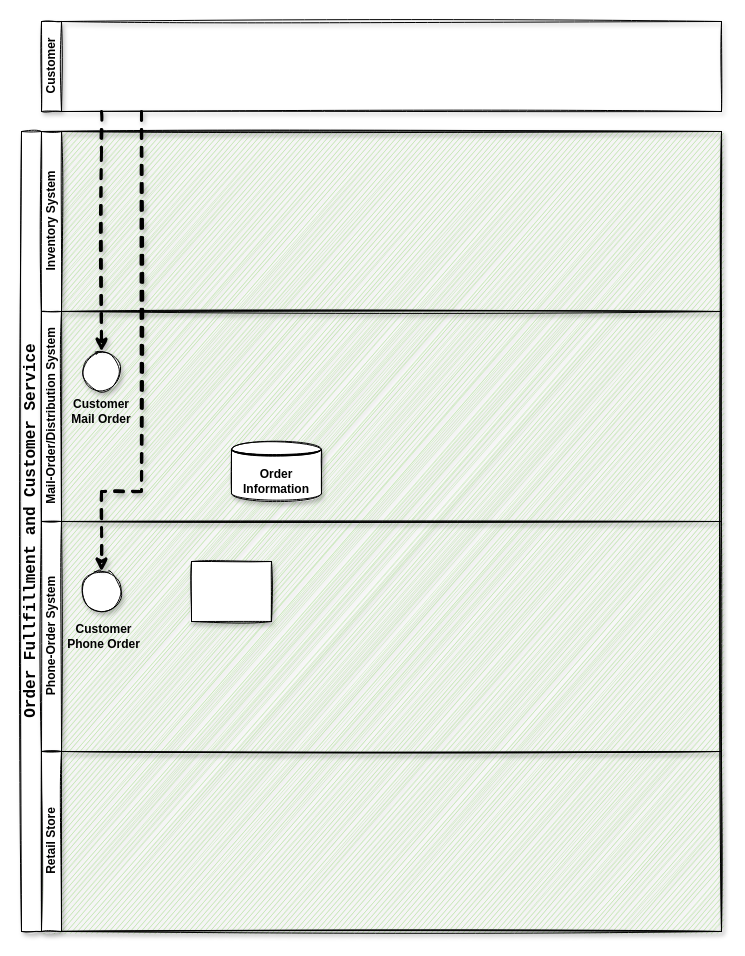
YuanchenZhu2020/DrawIO keeps this draw.io diagram as BPR_Swimlane_diagram.drawio. Above is the earlier version. Source tidied: cells renumbered, new cells numbered last; positions are measured from the earlier drawing's top-left corner, leaving out a move shared by most shapes. Both pictures are drawn from the tidied source at 100%, with x=0, y=0 at pixel (21, 21).
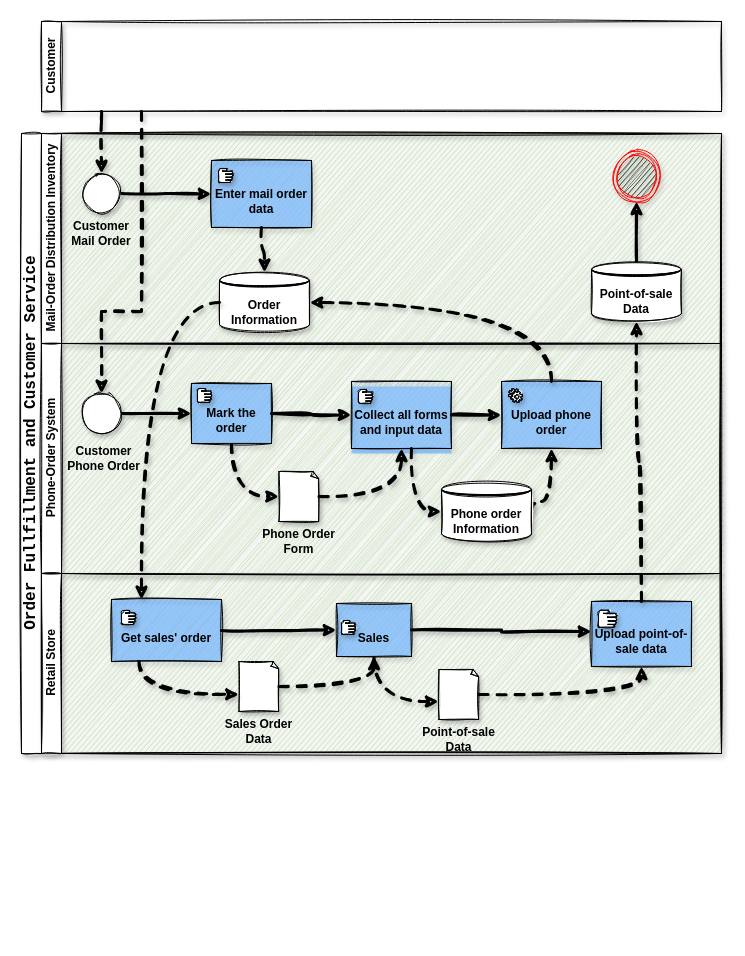
Above is the later version.

The change refers to these unchanged cells:
```xml
<mxCell id="15" value="Customer" style="swimlane;html=1;startSize=20;horizontal=0;shadow=1;sketch=1;" parent="1" vertex="1">
  <mxGeometry x="20" width="680" height="90" as="geometry" />
</mxCell>
```

The edit, as a diff of the source:
```diff
@@
     <mxCell id="2" value="&lt;div style=&quot;font-family: &amp;#34;consolas&amp;#34; , &amp;#34;courier new&amp;#34; , monospace ; font-weight: normal ; line-height: 27px&quot;&gt;&lt;span style=&quot;font-weight: bold&quot;&gt;&lt;font style=&quot;font-size: 16px&quot;&gt;Order&amp;nbsp;Fullfillment&amp;nbsp;and&amp;nbsp;Customer&amp;nbsp;Service&lt;/font&gt;&lt;/span&gt;&lt;/div&gt;" style="swimlane;html=1;horizontal=0;startSize=20;shadow=1;sketch=1;swimlaneFillColor=#B9E0A5;rounded=0;glass=0;" parent="1" vertex="1">
-      <mxGeometry y="110" width="700" height="800" as="geometry" />
+      <mxGeometry y="112" width="700" height="620" as="geometry" />
     </mxCell>
-    <mxCell id="3" value="Inventory System" style="swimlane;html=1;startSize=20;horizontal=0;shadow=1;sketch=1;" parent="2" vertex="1">
-      <mxGeometry x="20" width="680" height="180" as="geometry" />
-    </mxCell>
-    <mxCell id="4" value="Mail-Order/Distribution System" style="swimlane;html=1;startSize=20;horizontal=0;shadow=1;sketch=1;" parent="2" vertex="1">
-      <mxGeometry x="20" y="180" width="680" height="210" as="geometry" />
+    <mxCell id="4" value="Mail-Order Distribution Inventory" style="swimlane;html=1;startSize=20;horizontal=0;shadow=1;sketch=1;" parent="2" vertex="1">
+      <mxGeometry x="20" width="680" height="210" as="geometry" />
     </mxCell>
+    <mxCell id="16" style="edgeStyle=orthogonalEdgeStyle;sketch=1;jettySize=auto;html=1;entryX=0;entryY=0.5;entryDx=0;entryDy=0;shadow=1;strokeWidth=3;rounded=0;" parent="4" edge="1" source="5" target="18">
+      <mxGeometry relative="1" as="geometry" />
+    </mxCell>
+    <mxCell id="7" value="&lt;b&gt;Order Information&lt;/b&gt;" style="shape=datastore;whiteSpace=wrap;html=1;rounded=0;shadow=1;glass=0;sketch=1;" parent="4" vertex="1">
+      <mxGeometry x="178" y="139" width="90" height="60" as="geometry" />
+    </mxCell>
+    <mxCell id="17" style="group;fillColor=#99CCFF;" parent="4" vertex="1">
+      <mxGeometry x="170" y="27" width="100" height="67" as="geometry" />
+    </mxCell>
+    <mxCell id="18" value="&lt;b&gt;&lt;br&gt;Enter mail order data&lt;/b&gt;" style="rounded=0;whiteSpace=wrap;html=1;shadow=1;glass=0;sketch=1;fillColor=#99CCFF;" parent="17" vertex="1">
+      <mxGeometry width="100" height="67" as="geometry" />
+    </mxCell>
+    <mxCell id="19" style="shape=mxgraph.bpmn.manual_task;html=1;rounded=0;shadow=1;glass=0;sketch=1;" parent="17" vertex="1">
+      <mxGeometry x="7" y="8" width="14" height="14" as="geometry" />
+    </mxCell>
+    <mxCell id="20" style="edgeStyle=orthogonalEdgeStyle;sketch=1;jettySize=auto;html=1;shadow=1;strokeWidth=3;curved=1;dashed=1;" parent="4" edge="1" source="18" target="7">
+      <mxGeometry relative="1" as="geometry" />
+    </mxCell>
+    <mxCell id="21" style="edgeStyle=orthogonalEdgeStyle;sketch=1;jettySize=auto;html=1;shadow=1;strokeWidth=3;rounded=0;" parent="4" edge="1" source="22" target="24">
+      <mxGeometry relative="1" as="geometry" />
+    </mxCell>
+    <mxCell id="22" value="&lt;b&gt;Point-of-sale Data&lt;/b&gt;" style="shape=datastore;whiteSpace=wrap;html=1;rounded=0;shadow=1;glass=0;sketch=1;" parent="4" vertex="1">
+      <mxGeometry x="550" y="128" width="90" height="60" as="geometry" />
+    </mxCell>
+    <mxCell id="23" style="group;" parent="4" vertex="1">
+      <mxGeometry x="25" y="40" width="70" height="70" as="geometry" />
+    </mxCell>
-    <mxCell id="5" style="ellipse;whiteSpace=wrap;html=1;shadow=1;sketch=1;" parent="4" vertex="1">
-      <mxGeometry x="40" y="40" width="40" height="40" as="geometry" />
+    <mxCell id="5" style="ellipse;whiteSpace=wrap;html=1;shadow=1;sketch=1;" parent="23" vertex="1">
+      <mxGeometry x="15" width="40" height="40" as="geometry" />
     </mxCell>
-    <mxCell id="6" value="&lt;b&gt;Customer Mail Order&lt;/b&gt;" style="text;html=1;strokeColor=none;fillColor=none;align=center;verticalAlign=middle;whiteSpace=wrap;rounded=0;shadow=1;glass=0;" parent="4" vertex="1">
-      <mxGeometry x="25" y="90" width="70" height="20" as="geometry" />
+    <mxCell id="6" value="&lt;b&gt;Customer Mail Order&lt;/b&gt;" style="text;html=1;strokeColor=none;fillColor=none;align=center;verticalAlign=middle;whiteSpace=wrap;rounded=0;shadow=1;glass=0;" parent="23" vertex="1">
+      <mxGeometry y="50" width="70" height="20" as="geometry" />
     </mxCell>
-    <mxCell id="7" value="&lt;b&gt;Order Information&lt;/b&gt;" style="shape=datastore;whiteSpace=wrap;html=1;rounded=0;shadow=1;glass=0;sketch=1;" parent="4" vertex="1">
-      <mxGeometry x="190" y="130" width="90" height="60" as="geometry" />
-    </mxCell>
+    <mxCell id="24" style="ellipse;html=1;shape=endState;fillColor=#000000;strokeColor=#ff0000;rounded=0;shadow=1;glass=0;sketch=1;" parent="4" vertex="1">
+      <mxGeometry x="570.5" y="18" width="49" height="50" as="geometry" />
+    </mxCell>
     <mxCell id="8" value="Phone-Order System" style="swimlane;html=1;startSize=20;horizontal=0;shadow=1;sketch=1;" parent="2" vertex="1">
-      <mxGeometry x="20" y="390" width="680" height="230" as="geometry" />
+      <mxGeometry x="20" y="210" width="680" height="230" as="geometry" />
     </mxCell>
-    <mxCell id="9" style="rounded=0;whiteSpace=wrap;html=1;fontFamily=Helvetica;fontSize=12;fontColor=#000000;align=center;shadow=1;sketch=1;" parent="8" vertex="1">
-      <mxGeometry x="150" y="40" width="80" height="60" as="geometry" />
-    </mxCell>
+    <mxCell id="25" style="edgeStyle=orthogonalEdgeStyle;curved=1;sketch=1;jettySize=auto;html=1;entryX=0;entryY=0.5;entryDx=0;entryDy=0;entryPerimeter=0;shadow=1;dashed=1;strokeWidth=3;exitX=0.5;exitY=1;exitDx=0;exitDy=0;" parent="8" edge="1" source="9" target="29">
+      <mxGeometry relative="1" as="geometry" />
+    </mxCell>
+    <mxCell id="26" style="edgeStyle=orthogonalEdgeStyle;rounded=0;sketch=1;jettySize=auto;html=1;entryX=0;entryY=0.5;entryDx=0;entryDy=0;shadow=1;strokeWidth=3;" parent="8" edge="1" source="10" target="9">
+      <mxGeometry relative="1" as="geometry" />
+    </mxCell>
+    <mxCell id="27" style="group;" parent="8" vertex="1">
+      <mxGeometry x="25" y="50" width="75" height="75" as="geometry" />
+    </mxCell>
-    <mxCell id="10" style="ellipse;whiteSpace=wrap;html=1;shadow=1;sketch=1;" parent="8" vertex="1">
-      <mxGeometry x="40" y="50" width="40" height="40" as="geometry" />
+    <mxCell id="10" style="ellipse;whiteSpace=wrap;html=1;shadow=1;sketch=1;" parent="27" vertex="1">
+      <mxGeometry x="15" width="40" height="40" as="geometry" />
     </mxCell>
-    <mxCell id="11" value="&lt;b&gt;Customer Phone Order&lt;/b&gt;" style="text;html=1;strokeColor=none;fillColor=none;align=center;verticalAlign=middle;whiteSpace=wrap;rounded=0;shadow=1;glass=0;" parent="8" vertex="1">
-      <mxGeometry x="25" y="105" width="75" height="20" as="geometry" />
+    <mxCell id="11" value="&lt;b&gt;Customer Phone Order&lt;/b&gt;" style="text;html=1;strokeColor=none;fillColor=none;align=center;verticalAlign=middle;whiteSpace=wrap;rounded=0;shadow=1;glass=0;" parent="27" vertex="1">
+      <mxGeometry y="55" width="75" height="20" as="geometry" />
     </mxCell>
+    <mxCell id="28" style="group;" parent="8" vertex="1">
+      <mxGeometry x="220" y="128" width="75" height="80" as="geometry" />
+    </mxCell>
+    <mxCell id="29" style="whiteSpace=wrap;html=1;shape=mxgraph.basic.document;rounded=0;shadow=1;glass=0;sketch=1;" parent="28" vertex="1">
+      <mxGeometry x="17.5" width="40" height="50" as="geometry" />
+    </mxCell>
+    <mxCell id="30" value="&lt;b&gt;Phone Order Form&lt;/b&gt;" style="text;html=1;strokeColor=none;fillColor=none;align=center;verticalAlign=middle;whiteSpace=wrap;rounded=0;shadow=1;glass=0;" parent="28" vertex="1">
+      <mxGeometry y="60" width="75" height="20" as="geometry" />
+    </mxCell>
+    <mxCell id="31" style="shape=mxgraph.bpmn.manual_task;html=1;rounded=0;shadow=1;glass=0;sketch=1;" parent="8" vertex="1">
+      <mxGeometry x="317" y="49" width="14" height="14" as="geometry" />
+    </mxCell>
+    <mxCell id="32" style="group;strokeColor=#6c8ebf;fillColor=#99CCFF;" parent="8" vertex="1">
+      <mxGeometry x="150" y="40" width="80" height="60" as="geometry" />
+    </mxCell>
+    <mxCell id="9" value="&lt;b&gt;&lt;br&gt;Mark the order&lt;/b&gt;" style="rounded=0;whiteSpace=wrap;html=1;fontFamily=Helvetica;fontSize=12;fontColor=#000000;align=center;shadow=1;sketch=1;fillStyle=auto;fillColor=#99CCFF;" parent="32" vertex="1">
+      <mxGeometry width="80" height="60" as="geometry" />
+    </mxCell>
+    <mxCell id="33" style="shape=mxgraph.bpmn.manual_task;html=1;rounded=0;shadow=1;glass=0;sketch=1;" parent="32" vertex="1">
+      <mxGeometry x="6" y="5" width="14" height="14" as="geometry" />
+    </mxCell>
+    <mxCell id="34" style="group;fillColor=#99CCFF;" parent="8" vertex="1">
+      <mxGeometry x="310" y="43" width="100" height="67" as="geometry" />
+    </mxCell>
+    <mxCell id="35" value="&lt;b&gt;&lt;br&gt;Collect all forms and input data&lt;/b&gt;" style="rounded=0;whiteSpace=wrap;html=1;shadow=1;glass=0;sketch=1;fillColor=#99CCFF;" parent="34" vertex="1">
+      <mxGeometry y="-5" width="100" height="67" as="geometry" />
+    </mxCell>
+    <mxCell id="36" style="shape=mxgraph.bpmn.manual_task;html=1;rounded=0;shadow=1;glass=0;sketch=1;" parent="34" vertex="1">
+      <mxGeometry x="7" y="3" width="14" height="14" as="geometry" />
+    </mxCell>
+    <mxCell id="37" style="edgeStyle=orthogonalEdgeStyle;curved=1;sketch=1;jettySize=auto;html=1;entryX=0.5;entryY=1;entryDx=0;entryDy=0;shadow=1;dashed=1;strokeWidth=3;" parent="8" edge="1" source="29" target="35">
+      <mxGeometry relative="1" as="geometry" />
+    </mxCell>
+    <mxCell id="38" style="edgeStyle=orthogonalEdgeStyle;curved=1;sketch=1;jettySize=auto;html=1;entryX=0;entryY=0.5;entryDx=0;entryDy=0;shadow=1;strokeWidth=3;" parent="8" edge="1" source="9" target="35">
+      <mxGeometry relative="1" as="geometry" />
+    </mxCell>
+    <mxCell id="39" style="group;" parent="8" vertex="1">
+      <mxGeometry x="460" y="43" width="100" height="67" as="geometry" />
+    </mxCell>
+    <mxCell id="40" style="group;fillColor=#99CCFF;" parent="39" vertex="1">
+      <mxGeometry y="-5" width="100" height="67" as="geometry" />
+    </mxCell>
+    <mxCell id="41" style="group;" parent="40" vertex="1">
+      <mxGeometry width="100" height="67" as="geometry" />
+    </mxCell>
+    <mxCell id="42" style="group;" parent="41" vertex="1">
+      <mxGeometry width="100" height="67" as="geometry" />
+    </mxCell>
+    <mxCell id="43" value="&lt;b&gt;&lt;br&gt;Upload phone order&lt;/b&gt;" style="rounded=0;whiteSpace=wrap;html=1;shadow=1;glass=0;sketch=1;fillColor=#99CCFF;" parent="42" vertex="1">
+      <mxGeometry width="100" height="67" as="geometry" />
+    </mxCell>
+    <mxCell id="44" style="shape=mxgraph.bpmn.service_task;html=1;rounded=0;shadow=1;glass=0;sketch=1;" parent="42" vertex="1">
+      <mxGeometry x="7" y="7" width="14" height="14" as="geometry" />
+    </mxCell>
+    <mxCell id="45" style="edgeStyle=orthogonalEdgeStyle;curved=1;sketch=1;jettySize=auto;html=1;entryX=0;entryY=0.5;entryDx=0;entryDy=0;shadow=1;strokeWidth=3;" parent="8" edge="1" source="35" target="43">
+      <mxGeometry relative="1" as="geometry" />
+    </mxCell>
+    <mxCell id="46" style="edgeStyle=orthogonalEdgeStyle;curved=1;sketch=1;jettySize=auto;html=1;entryX=0.5;entryY=1;entryDx=0;entryDy=0;shadow=1;dashed=1;strokeWidth=3;exitX=1;exitY=0.5;exitDx=0;exitDy=0;" parent="8" edge="1" source="47" target="43">
+      <mxGeometry relative="1" as="geometry">
+        <Array as="points">
+          <mxPoint x="490" y="158" />
+          <mxPoint x="510" y="158" />
+        </Array>
+      </mxGeometry>
+    </mxCell>
+    <mxCell id="47" value="&lt;b&gt;Phone order Information&lt;/b&gt;" style="shape=datastore;whiteSpace=wrap;html=1;rounded=0;shadow=1;glass=0;sketch=1;" parent="8" vertex="1">
+      <mxGeometry x="400" y="138" width="90" height="60" as="geometry" />
+    </mxCell>
+    <mxCell id="48" style="edgeStyle=orthogonalEdgeStyle;curved=1;sketch=1;jettySize=auto;html=1;entryX=0;entryY=0.5;entryDx=0;entryDy=0;shadow=1;strokeWidth=3;dashed=1;" parent="8" edge="1" source="35" target="47">
+      <mxGeometry relative="1" as="geometry">
+        <Array as="points">
+          <mxPoint x="370" y="168" />
+        </Array>
+      </mxGeometry>
+    </mxCell>
     <mxCell id="12" value="Retail Store" style="swimlane;html=1;startSize=20;horizontal=0;shadow=1;sketch=1;" parent="2" vertex="1">
-      <mxGeometry x="20" y="620" width="680" height="180" as="geometry" />
+      <mxGeometry x="20" y="440" width="680" height="180" as="geometry" />
     </mxCell>
+    <mxCell id="49" style="group;fillColor=#99CCFF;" parent="12" vertex="1">
+      <mxGeometry x="70" y="26" width="110" height="62" as="geometry" />
+    </mxCell>
+    <mxCell id="50" value="&lt;b&gt;&lt;br&gt;Get sales' order&lt;/b&gt;" style="rounded=0;whiteSpace=wrap;html=1;shadow=1;glass=0;sketch=1;fillColor=#99CCFF;" parent="49" vertex="1">
+      <mxGeometry width="110" height="62" as="geometry" />
+    </mxCell>
+    <mxCell id="51" style="shape=mxgraph.bpmn.manual_task;html=1;rounded=0;shadow=1;glass=0;sketch=1;" parent="49" vertex="1">
+      <mxGeometry x="10" y="11" width="14" height="14" as="geometry" />
+    </mxCell>
+    <mxCell id="52" style="group;" parent="12" vertex="1">
+      <mxGeometry x="180" y="88" width="75" height="80" as="geometry" />
+    </mxCell>
+    <mxCell id="53" style="whiteSpace=wrap;html=1;shape=mxgraph.basic.document;rounded=0;shadow=1;glass=0;sketch=1;" parent="52" vertex="1">
+      <mxGeometry x="17.5" width="40" height="50" as="geometry" />
+    </mxCell>
+    <mxCell id="54" value="&lt;b&gt;Sales Order Data&lt;br&gt;&lt;/b&gt;" style="text;html=1;strokeColor=none;fillColor=none;align=center;verticalAlign=middle;whiteSpace=wrap;rounded=0;shadow=1;glass=0;" parent="52" vertex="1">
+      <mxGeometry y="60" width="75" height="20" as="geometry" />
+    </mxCell>
+    <mxCell id="55" style="edgeStyle=orthogonalEdgeStyle;curved=1;sketch=1;jettySize=auto;html=1;entryX=-0.002;entryY=0.657;entryDx=0;entryDy=0;entryPerimeter=0;shadow=1;dashed=1;strokeWidth=3;exitX=0.25;exitY=1;exitDx=0;exitDy=0;" parent="12" edge="1" source="50" target="53">
+      <mxGeometry relative="1" as="geometry" />
+    </mxCell>
+    <mxCell id="56" style="edgeStyle=orthogonalEdgeStyle;sketch=1;jettySize=auto;html=1;entryX=-0.009;entryY=0.64;entryDx=0;entryDy=0;entryPerimeter=0;shadow=1;strokeWidth=3;curved=1;dashed=1;exitX=0.5;exitY=1;exitDx=0;exitDy=0;" parent="12" edge="1" source="63" target="60">
+      <mxGeometry relative="1" as="geometry" />
+    </mxCell>
+    <mxCell id="57" style="edgeStyle=orthogonalEdgeStyle;curved=1;sketch=1;jettySize=auto;html=1;entryX=0.5;entryY=1;entryDx=0;entryDy=0;shadow=1;dashed=1;strokeWidth=3;" parent="12" edge="1" source="53" target="63">
+      <mxGeometry relative="1" as="geometry" />
+    </mxCell>
+    <mxCell id="58" style="edgeStyle=orthogonalEdgeStyle;sketch=1;jettySize=auto;html=1;entryX=0;entryY=0.5;entryDx=0;entryDy=0;shadow=1;strokeWidth=3;rounded=0;" parent="12" edge="1" source="50" target="63">
+      <mxGeometry relative="1" as="geometry" />
+    </mxCell>
+    <mxCell id="59" style="group;" parent="12" vertex="1">
+      <mxGeometry x="380" y="96" width="75" height="80" as="geometry" />
+    </mxCell>
+    <mxCell id="60" style="whiteSpace=wrap;html=1;shape=mxgraph.basic.document;rounded=0;shadow=1;glass=0;sketch=1;" parent="59" vertex="1">
+      <mxGeometry x="17.5" width="40" height="50" as="geometry" />
+    </mxCell>
+    <mxCell id="61" value="&lt;b&gt;Point-of-sale Data&lt;br&gt;&lt;/b&gt;" style="text;html=1;strokeColor=none;fillColor=none;align=center;verticalAlign=middle;whiteSpace=wrap;rounded=0;shadow=1;glass=0;" parent="59" vertex="1">
+      <mxGeometry y="60" width="75" height="20" as="geometry" />
+    </mxCell>
+    <mxCell id="62" style="group;fillColor=#99CCFF;" parent="12" vertex="1">
+      <mxGeometry x="295" y="30" width="75" height="53" as="geometry" />
+    </mxCell>
+    <mxCell id="63" value="&lt;b&gt;&lt;br&gt;Sales&lt;/b&gt;" style="rounded=0;whiteSpace=wrap;html=1;shadow=1;glass=0;sketch=1;fillColor=#99CCFF;" parent="62" vertex="1">
+      <mxGeometry width="75" height="53" as="geometry" />
+    </mxCell>
+    <mxCell id="64" style="shape=mxgraph.bpmn.manual_task;html=1;rounded=0;shadow=1;glass=0;sketch=1;" parent="62" vertex="1">
+      <mxGeometry x="5" y="17" width="14" height="14" as="geometry" />
+    </mxCell>
+    <mxCell id="65" style="group;" parent="12" vertex="1">
+      <mxGeometry x="550" y="35" width="100" height="65" as="geometry" />
+    </mxCell>
+    <mxCell id="66" style="group;fillColor=#99CCFF;" parent="65" vertex="1">
+      <mxGeometry y="-7" width="100" height="65" as="geometry" />
+    </mxCell>
+    <mxCell id="67" value="&lt;b&gt;&lt;br&gt;Upload point-of-sale data&lt;/b&gt;" style="rounded=0;whiteSpace=wrap;html=1;shadow=1;glass=0;sketch=1;fillColor=#99CCFF;" parent="66" vertex="1">
+      <mxGeometry width="100" height="65" as="geometry" />
+    </mxCell>
+    <mxCell id="68" style="shape=mxgraph.bpmn.manual_task;html=1;rounded=0;shadow=1;glass=0;sketch=1;" parent="66" vertex="1">
+      <mxGeometry x="6.7" y="8.7" width="18.7" height="17.2" as="geometry" />
+    </mxCell>
+    <mxCell id="69" style="edgeStyle=orthogonalEdgeStyle;sketch=1;jettySize=auto;html=1;entryX=0.5;entryY=1;entryDx=0;entryDy=0;shadow=1;strokeWidth=3;curved=1;dashed=1;" parent="12" edge="1" source="60" target="67">
+      <mxGeometry relative="1" as="geometry" />
+    </mxCell>
+    <mxCell id="70" style="edgeStyle=orthogonalEdgeStyle;sketch=1;jettySize=auto;html=1;shadow=1;strokeWidth=3;dashed=1;curved=1;exitX=0.5;exitY=0;exitDx=0;exitDy=0;" parent="2" edge="1" source="43" target="7">
+      <mxGeometry relative="1" as="geometry">
+        <Array as="points">
+          <mxPoint x="530" y="169" />
+        </Array>
+      </mxGeometry>
+    </mxCell>
+    <mxCell id="71" style="edgeStyle=orthogonalEdgeStyle;curved=1;sketch=1;jettySize=auto;html=1;shadow=1;dashed=1;strokeWidth=3;exitX=0;exitY=0.5;exitDx=0;exitDy=0;" parent="2" edge="1" source="7" target="50">
+      <mxGeometry relative="1" as="geometry">
+        <Array as="points">
+          <mxPoint x="120" y="169" />
+        </Array>
+      </mxGeometry>
+    </mxCell>
+    <mxCell id="72" style="edgeStyle=orthogonalEdgeStyle;curved=1;sketch=1;jettySize=auto;html=1;entryX=0.5;entryY=1;entryDx=0;entryDy=0;shadow=1;dashed=1;strokeWidth=3;" parent="2" edge="1" source="67" target="22">
+      <mxGeometry relative="1" as="geometry" />
+    </mxCell>
-    <mxCell id="13" style="edgeStyle=orthogonalEdgeStyle;rounded=0;sketch=1;jettySize=auto;html=1;entryX=0.5;entryY=0;entryDx=0;entryDy=0;shadow=1;strokeWidth=3;dashed=1;" parent="1" edge="1" source="15" target="5">
+    <mxCell id="13" style="edgeStyle=orthogonalEdgeStyle;rounded=0;sketch=1;jettySize=auto;html=1;shadow=1;strokeWidth=3;dashed=1;" parent="1" edge="1" source="15" target="5">
       <mxGeometry relative="1" as="geometry">
         <Array as="points">
-          <mxPoint x="80" y="130" />
-          <mxPoint x="80" y="130" />
+          <mxPoint x="80" y="100" />
+          <mxPoint x="80" y="100" />
         </Array>
       </mxGeometry>
     </mxCell>
-    <mxCell id="14" style="edgeStyle=orthogonalEdgeStyle;rounded=0;sketch=1;jettySize=auto;html=1;entryX=0.5;entryY=0;entryDx=0;entryDy=0;shadow=1;dashed=1;strokeWidth=3;" parent="1" edge="1" source="15" target="10">
+    <mxCell id="14" style="edgeStyle=orthogonalEdgeStyle;rounded=0;sketch=1;jettySize=auto;html=1;shadow=1;dashed=1;strokeWidth=3;" parent="1" edge="1" source="15" target="10">
       <mxGeometry relative="1" as="geometry">
         <Array as="points">
-          <mxPoint x="120" y="470" />
-          <mxPoint x="80" y="470" />
+          <mxPoint x="120" y="290" />
+          <mxPoint x="80" y="290" />
         </Array>
       </mxGeometry>
     </mxCell>
@@
+    <mxCell id="73" style="edgeStyle=orthogonalEdgeStyle;sketch=1;jettySize=auto;html=1;shadow=1;strokeWidth=3;rounded=0;" parent="1" edge="1" source="63">
+      <mxGeometry relative="1" as="geometry">
+        <mxPoint x="570" y="610" as="targetPoint" />
+      </mxGeometry>
+    </mxCell>
```
